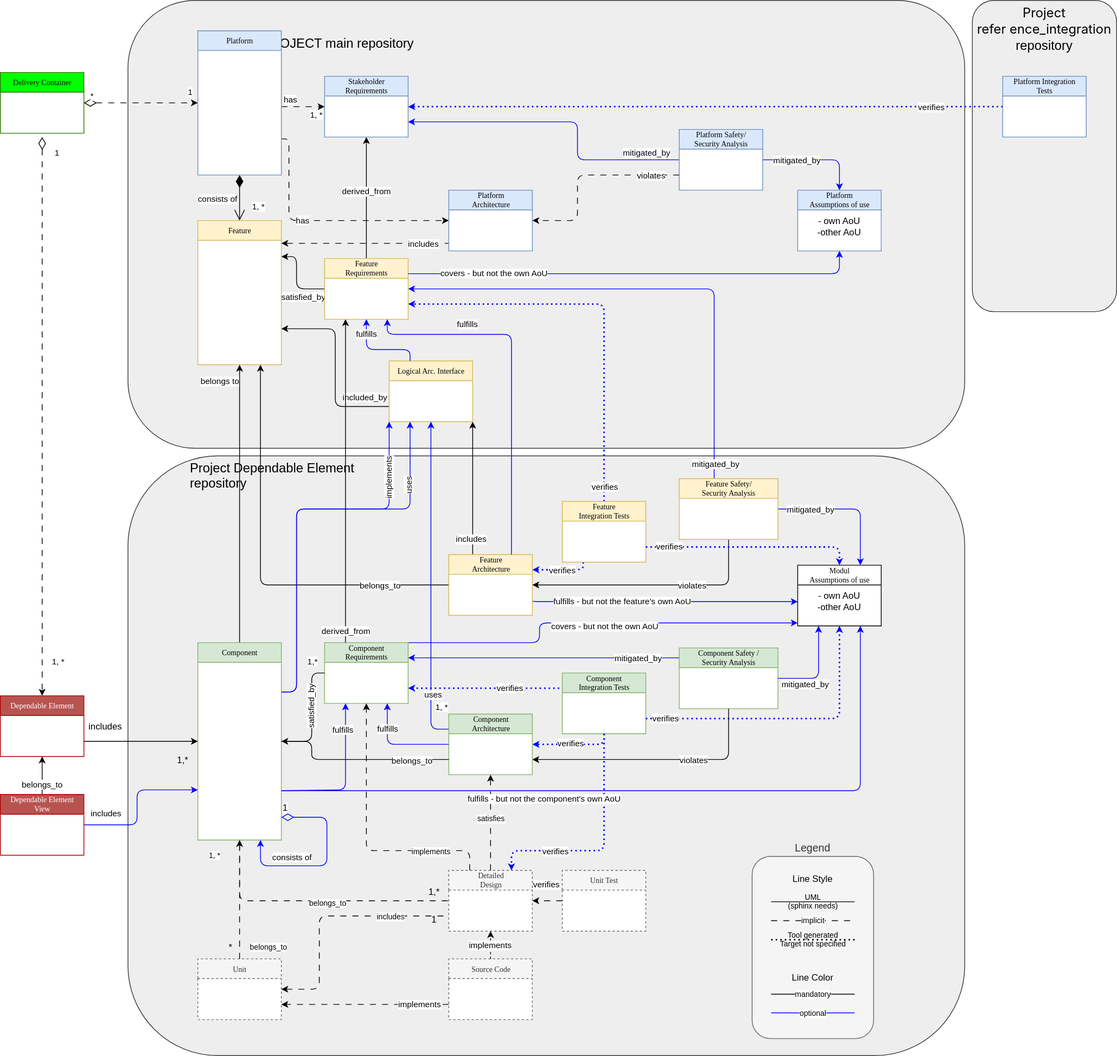
Above: process/general_concepts/_assets/score_building_blocks_meta_model_deployment_example.drawio.svg in eclipse-score/process_description (draw.io), before the change. Source tidied: cells renumbered, new cells last; positions are measured from the earlier drawing's top-left corner, leaving out a move shared by most shapes.
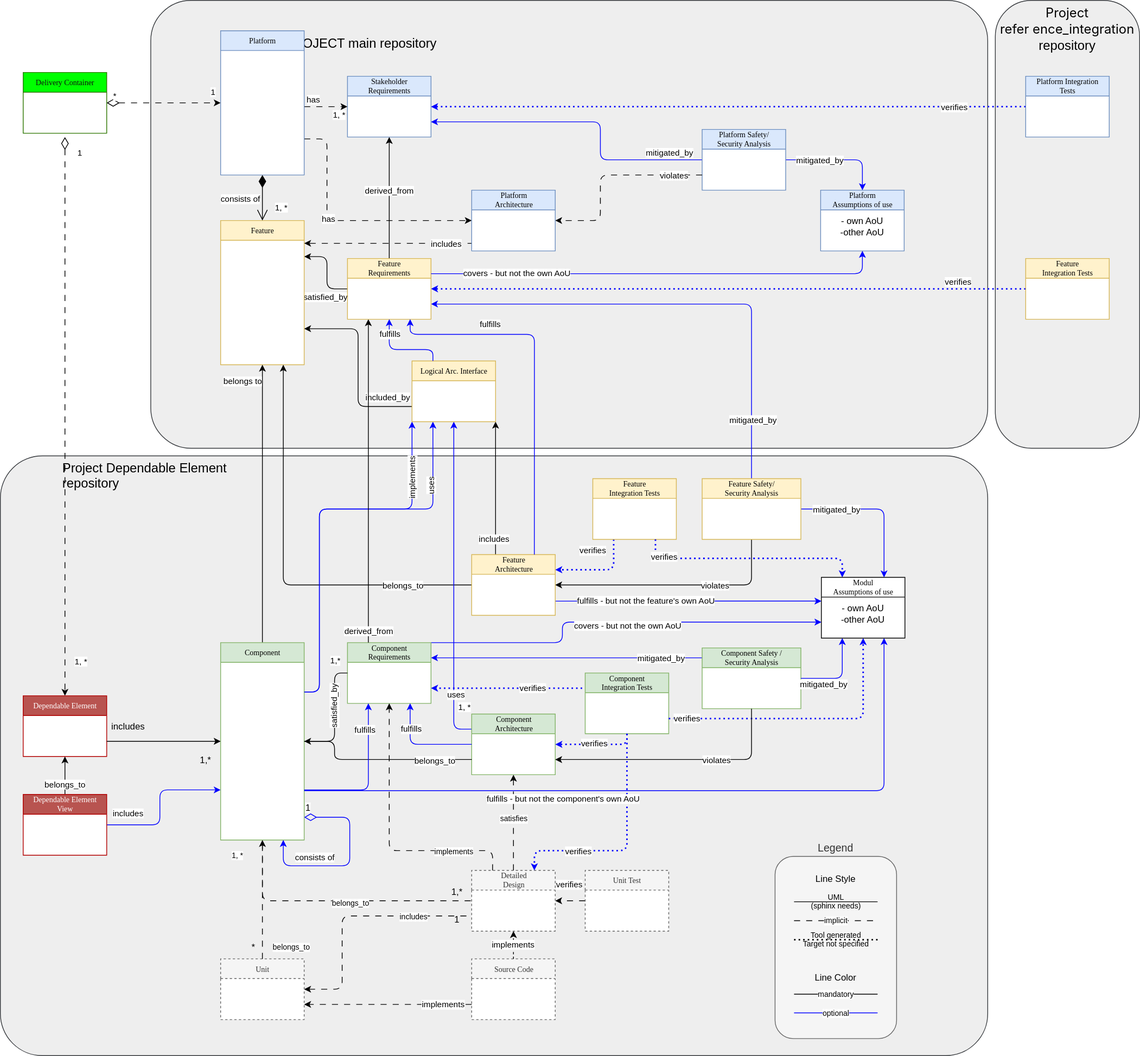
After the change.

Commit message:
split feature integration test place

What changed in the source:
```diff
@@ -2,13 +2,13 @@
   <root>
     <mxCell id="0" />
     <mxCell id="1" parent="0" />
-    <mxCell id="2" value="&lt;div style=&quot;&quot;&gt;&lt;h4 class=&quot;Title-module__heading__tHuYV ReposListItem-module__DefaultItemTitle__n3lDr&quot; style=&quot;background-color: transparent; text-decoration-thickness: auto; text-decoration-style: solid; box-sizing: border-box; margin-top: 0px; margin-bottom: 0px; font-weight: 400; max-width: 100%; text-overflow: ellipsis; flex-shrink: 1; justify-content: space-between; display: inline; overflow: hidden; padding-left: 0px; caret-color: rgb(240, 246, 252);&quot;&gt;&lt;font style=&quot;font-size: 17px;&quot;&gt;&lt;span style=&quot;box-sizing: border-box;&quot;&gt;&lt;span class=&quot;SearchMatchText-module__highlightedText__ATaD0&quot; style=&quot;font-family: -apple-system, BlinkMacSystemFont, &amp;quot;Segoe UI&amp;quot;, &amp;quot;Noto Sans&amp;quot;, Helvetica, Arial, sans-serif, &amp;quot;Apple Color Emoji&amp;quot;, &amp;quot;Segoe UI Emoji&amp;quot;; text-wrap-mode: nowrap; box-sizing: border-box; background-color: rgba(0, 0, 0, 0); caret-color: rgb(240, 246, 252);&quot;&gt;Project&lt;/span&gt;&lt;/span&gt;&lt;/font&gt;&lt;/h4&gt;&lt;/div&gt;&lt;div style=&quot;&quot;&gt;&lt;h4 class=&quot;Title-module__heading__tHuYV ReposListItem-module__DefaultItemTitle__n3lDr&quot; style=&quot;background-color: transparent; text-decoration-thickness: auto; text-decoration-style: solid; box-sizing: border-box; margin-top: 0px; margin-bottom: 0px; font-weight: 400; max-width: 100%; text-overflow: ellipsis; flex-shrink: 1; justify-content: space-between; display: inline; overflow: hidden; padding-left: 0px; caret-color: rgb(240, 246, 252);&quot;&gt;&lt;font style=&quot;font-size: 17px;&quot;&gt;&lt;span style=&quot;box-sizing: border-box;&quot;&gt;&lt;span class=&quot;SearchMatchText-module__highlightedText__ATaD0&quot; style=&quot;font-family: -apple-system, BlinkMacSystemFont, &amp;quot;Segoe UI&amp;quot;, &amp;quot;Noto Sans&amp;quot;, Helvetica, Arial, sans-serif, &amp;quot;Apple Color Emoji&amp;quot;, &amp;quot;Segoe UI Emoji&amp;quot;; text-wrap-mode: nowrap; box-sizing: border-box; background-color: rgba(0, 0, 0, 0); caret-color: rgb(240, 246, 252);&quot;&gt;&amp;nbsp;refer&lt;/span&gt;&lt;font face=&quot;-apple-system, BlinkMacSystemFont, Segoe UI, Noto Sans, Helvetica, Arial, sans-serif, Apple Color Emoji, Segoe UI Emoji&quot;&gt;&lt;span style=&quot;text-wrap-mode: nowrap; caret-color: rgb(240, 246, 252);&quot;&gt;ence_integration&lt;/span&gt;&lt;/font&gt;&lt;font face=&quot;-apple-system, system-ui, Segoe UI, Noto Sans, Helvetica, Arial, sans-serif, Apple Color Emoji, Segoe UI Emoji&quot;&gt;&lt;span style=&quot;text-wrap-mode: nowrap; caret-color: rgb(240, 246, 252);&quot;&gt;&lt;br&gt;&lt;/span&gt;&lt;/font&gt;&lt;/span&gt;&lt;/font&gt;&lt;/h4&gt;&lt;span style=&quot;background-color: transparent; font-size: 17px;&quot;&gt;repository&lt;/span&gt;&lt;/div&gt;" style="rounded=1;whiteSpace=wrap;html=1;fillColor=#eeeeee;strokeColor=#36393d;verticalAlign=top;align=center;fontColor=default;" parent="1" vertex="1">
-      <mxGeometry x="1280" width="190" height="410" as="geometry" />
+    <mxCell id="2" value="&lt;div style=&quot;&quot;&gt;&lt;h4 class=&quot;Title-module__heading__tHuYV ReposListItem-module__DefaultItemTitle__n3lDr&quot; style=&quot;background-color: transparent; text-decoration-thickness: auto; text-decoration-style: solid; box-sizing: border-box; margin-top: 0px; margin-bottom: 0px; font-weight: 400; max-width: 100%; text-overflow: ellipsis; flex-shrink: 1; justify-content: space-between; display: inline; overflow: hidden; padding-left: 0px; caret-color: rgb(240, 246, 252);&quot;&gt;&lt;font style=&quot;font-size: 17px;&quot;&gt;&lt;span style=&quot;box-sizing: border-box;&quot;&gt;&lt;span class=&quot;SearchMatchText-module__highlightedText__ATaD0&quot; style=&quot;font-family: -apple-system, BlinkMacSystemFont, &amp;quot;Segoe UI&amp;quot;, &amp;quot;Noto Sans&amp;quot;, Helvetica, Arial, sans-serif, &amp;quot;Apple Color Emoji&amp;quot;, &amp;quot;Segoe UI Emoji&amp;quot;; text-wrap-mode: nowrap; box-sizing: border-box; background-color: rgba(0, 0, 0, 0); caret-color: rgb(240, 246, 252);&quot;&gt;Project&lt;/span&gt;&lt;/span&gt;&lt;/font&gt;&lt;/h4&gt;&lt;/div&gt;&lt;div style=&quot;&quot;&gt;&lt;h4 class=&quot;Title-module__heading__tHuYV ReposListItem-module__DefaultItemTitle__n3lDr&quot; style=&quot;background-color: transparent; text-decoration-thickness: auto; text-decoration-style: solid; box-sizing: border-box; margin-top: 0px; margin-bottom: 0px; font-weight: 400; max-width: 100%; text-overflow: ellipsis; flex-shrink: 1; justify-content: space-between; display: inline; overflow: hidden; padding-left: 0px; caret-color: rgb(240, 246, 252);&quot;&gt;&lt;font style=&quot;font-size: 17px;&quot;&gt;&lt;span style=&quot;box-sizing: border-box;&quot;&gt;&lt;span class=&quot;SearchMatchText-module__highlightedText__ATaD0&quot; style=&quot;font-family: -apple-system, BlinkMacSystemFont, &amp;quot;Segoe UI&amp;quot;, &amp;quot;Noto Sans&amp;quot;, Helvetica, Arial, sans-serif, &amp;quot;Apple Color Emoji&amp;quot;, &amp;quot;Segoe UI Emoji&amp;quot;; text-wrap-mode: nowrap; box-sizing: border-box; background-color: rgba(0, 0, 0, 0); caret-color: rgb(240, 246, 252);&quot;&gt;&amp;nbsp;refer&lt;/span&gt;&lt;font face=&quot;-apple-system, BlinkMacSystemFont, Segoe UI, Noto Sans, Helvetica, Arial, sans-serif, Apple Color Emoji, Segoe UI Emoji&quot;&gt;&lt;span style=&quot;text-wrap-mode: nowrap; caret-color: rgb(240, 246, 252);&quot;&gt;ence_integration&lt;/span&gt;&lt;/font&gt;&lt;font face=&quot;-apple-system, system-ui, Segoe UI, Noto Sans, Helvetica, Arial, sans-serif, Apple Color Emoji, Segoe UI Emoji&quot;&gt;&lt;span style=&quot;text-wrap-mode: nowrap; caret-color: rgb(240, 246, 252);&quot;&gt;&lt;br&gt;&lt;/span&gt;&lt;/font&gt;&lt;/span&gt;&lt;/font&gt;&lt;/h4&gt;&lt;span style=&quot;background-color: transparent; font-size: 17px;&quot;&gt;repository&lt;/span&gt;&lt;/div&gt;" style="rounded=1;whiteSpace=wrap;html=1;fillColor=#eeeeee;strokeColor=#36393d;verticalAlign=top;align=center;fontColor=default;arcSize=25;" parent="1" vertex="1">
+      <mxGeometry x="1280" width="190" height="590" as="geometry" />
     </mxCell>
-    <mxCell id="3" value="Project Dependable Element &#10;repository" style="rounded=1;whiteSpace=wrap;fillColor=#eeeeee;strokeColor=#36393d;align=left;verticalAlign=top;fontSize=17;labelBackgroundColor=none;spacingLeft=80;" parent="1" vertex="1">
-      <mxGeometry x="168" y="600" width="1102" height="790" as="geometry" />
+    <mxCell id="3" value="Project Dependable Element &#10;repository" style="rounded=1;whiteSpace=wrap;fillColor=#eeeeee;strokeColor=#36393d;align=left;verticalAlign=top;fontSize=17;labelBackgroundColor=none;spacingLeft=80;arcSize=7;" parent="1" vertex="1">
+      <mxGeometry x="-30" y="600" width="1300" height="790" as="geometry" />
     </mxCell>
-    <mxCell id="4" value="&lt;span style=&quot;white-space: pre;&quot;&gt;&#9;&lt;/span&gt;&lt;span style=&quot;white-space: pre;&quot;&gt;&#9;&lt;/span&gt;PROJECT main repository" style="rounded=1;whiteSpace=wrap;html=1;fillColor=#eeeeee;strokeColor=#36393d;align=left;verticalAlign=top;fontSize=17;" parent="1" vertex="1">
+    <mxCell id="4" value="&lt;span style=&quot;white-space: pre;&quot;&gt;&#9;&lt;/span&gt;&lt;span style=&quot;white-space: pre;&quot;&gt;&#9;&lt;/span&gt;PROJECT main repository" style="rounded=1;whiteSpace=wrap;html=1;fillColor=#eeeeee;strokeColor=#36393d;align=left;verticalAlign=top;fontSize=17;arcSize=9;" parent="1" vertex="1">
       <mxGeometry x="168" width="1102" height="590" as="geometry" />
     </mxCell>
     <mxCell id="5" style="edgeStyle=orthogonalEdgeStyle;rounded=0;jettySize=auto;html=1;dashed=1;entryX=1;entryY=0.5;entryDx=0;entryDy=0;verticalAlign=middle;dashPattern=8 8;" parent="1" edge="1" source="90" target="48">
@@ -17,8 +17,8 @@
     <mxCell id="6" style="edgeStyle=orthogonalEdgeStyle;rounded=1;jettySize=auto;html=1;entryX=0;entryY=0.5;entryDx=0;entryDy=0;endArrow=none;endFill=0;curved=0;exitX=1;exitY=0.25;exitDx=0;exitDy=0;startArrow=classic;startFill=1;" parent="1" edge="1" source="8" target="137">
       <mxGeometry x="-0.82" y="8" relative="1" as="geometry">
         <Array as="points">
-          <mxPoint x="390" y="338" />
-          <mxPoint x="390" y="380" />
+          <mxPoint x="400" y="338" />
+          <mxPoint x="400" y="380" />
         </Array>
         <mxPoint y="1" as="offset" />
       </mxGeometry>
@@ -73,12 +73,11 @@
     <mxCell id="16" value="belongs_to" style="edgeLabel;html=1;align=center;verticalAlign=middle;" parent="15" vertex="1">
       <mxGeometry x="-0.66" relative="1" as="geometry" />
     </mxCell>
-    <mxCell id="17" style="edgeStyle=orthogonalEdgeStyle;rounded=1;jettySize=auto;html=1;exitX=1;exitY=0;exitDx=0;exitDy=0;strokeColor=#0000FF;curved=0;" parent="1" edge="1" source="19">
+    <mxCell id="17" style="edgeStyle=orthogonalEdgeStyle;rounded=1;jettySize=auto;html=1;exitX=1;exitY=0;exitDx=0;exitDy=0;strokeColor=#0000FF;curved=0;entryX=0;entryY=0.75;entryDx=0;entryDy=0;" parent="1" edge="1" source="19" target="134">
       <mxGeometry relative="1" as="geometry">
-        <mxPoint x="1050" y="820" as="targetPoint" />
         <Array as="points">
           <mxPoint x="710" y="846" />
-          <mxPoint x="710" y="820" />
+          <mxPoint x="710" y="819" />
         </Array>
       </mxGeometry>
     </mxCell>
@@ -173,8 +172,8 @@
     <mxCell id="38" style="edgeStyle=orthogonalEdgeStyle;rounded=1;jettySize=auto;html=1;exitX=1;exitY=0.75;exitDx=0;exitDy=0;entryX=0;entryY=0.5;entryDx=0;entryDy=0;strokeColor=default;curved=0;dashed=1;dashPattern=8 8;align=center;verticalAlign=middle;fontFamily=Helvetica;fontSize=11;fontColor=default;labelBackgroundColor=default;endArrow=classic;" parent="1" edge="1" source="40" target="131">
       <mxGeometry relative="1" as="geometry">
         <Array as="points">
-          <mxPoint x="380" y="183" />
-          <mxPoint x="380" y="290" />
+          <mxPoint x="400" y="183" />
+          <mxPoint x="400" y="290" />
         </Array>
       </mxGeometry>
     </mxCell>
@@ -311,11 +310,10 @@
     <mxCell id="66" value="mitigated_by" style="edgeLabel;html=1;align=center;verticalAlign=middle;" parent="65" vertex="1">
       <mxGeometry x="0.54" relative="1" as="geometry" />
     </mxCell>
-    <mxCell id="67" style="edgeStyle=orthogonalEdgeStyle;rounded=1;jettySize=auto;html=1;endArrow=classic;endFill=1;startArrow=none;startFill=0;curved=0;strokeColor=#0000FF;exitX=0;exitY=0.25;exitDx=0;exitDy=0;entryX=1;entryY=0.5;entryDx=0;entryDy=0;" parent="1" edge="1" source="138" target="137">
+    <mxCell id="67" style="edgeStyle=orthogonalEdgeStyle;rounded=1;jettySize=auto;html=1;endArrow=classic;endFill=1;startArrow=none;startFill=0;curved=0;strokeColor=#0000FF;exitX=0.5;exitY=0;exitDx=0;exitDy=0;entryX=1;entryY=0.75;entryDx=0;entryDy=0;" parent="1" edge="1" source="138" target="137">
       <mxGeometry relative="1" as="geometry">
         <Array as="points">
-          <mxPoint x="940" y="650" />
-          <mxPoint x="940" y="380" />
+          <mxPoint x="959" y="400" />
         </Array>
       </mxGeometry>
     </mxCell>
@@ -344,22 +342,18 @@
     <mxCell id="73" value="Platform Integration&amp;nbsp;&lt;br&gt;Tests" style="swimlane;html=1;fontStyle=0;horizontal=1;startSize=26;fillColor=#dae8fc;swimlaneFillColor=#ffffff;rounded=0;shadow=0;comic=0;labelBackgroundColor=none;strokeWidth=1;fontFamily=Verdana;fontSize=10;align=center;strokeColor=#6c8ebf;" parent="1" vertex="1">
       <mxGeometry x="1320" y="100" width="110" height="80" as="geometry" />
     </mxCell>
-    <mxCell id="74" style="edgeStyle=orthogonalEdgeStyle;rounded=1;jettySize=auto;html=1;entryX=1;entryY=0.75;entryDx=0;entryDy=0;dashed=1;strokeColor=#0000FF;dashPattern=1 2;strokeWidth=2;endSize=3;exitX=0.5;exitY=0;exitDx=0;exitDy=0;curved=0;" parent="1" edge="1" source="78" target="137">
-      <mxGeometry relative="1" as="geometry">
-        <Array as="points">
-          <mxPoint x="795" y="400" />
-        </Array>
-      </mxGeometry>
+    <mxCell id="74" style="rounded=1;jettySize=auto;html=1;entryX=1;entryY=0.5;entryDx=0;entryDy=0;dashed=1;strokeColor=#0000FF;dashPattern=1 2;strokeWidth=2;endSize=3;exitX=0;exitY=0.5;exitDx=0;exitDy=0;" parent="1" edge="1" source="151" target="137">
+      <mxGeometry relative="1" as="geometry" />
     </mxCell>
     <mxCell id="75" value="verifies" style="edgeLabel;html=1;align=center;verticalAlign=middle;" parent="74" vertex="1">
       <mxGeometry x="-0.87" y="-1" relative="1" as="geometry">
-        <mxPoint x="-1" y="13" as="offset" />
+        <mxPoint x="-40" y="-9" as="offset" />
       </mxGeometry>
     </mxCell>
     <mxCell id="76" style="edgeStyle=orthogonalEdgeStyle;rounded=1;jettySize=auto;html=1;entryX=1;entryY=0.25;entryDx=0;entryDy=0;dashed=1;curved=0;strokeColor=#0000FF;dashPattern=1 2;strokeWidth=2;endSize=3;exitX=0.25;exitY=1;exitDx=0;exitDy=0;" parent="1" edge="1" source="78" target="132">
       <mxGeometry relative="1" as="geometry">
         <Array as="points">
-          <mxPoint x="768" y="750" />
+          <mxPoint x="778" y="750" />
         </Array>
       </mxGeometry>
     </mxCell>
@@ -369,7 +363,7 @@
       </mxGeometry>
     </mxCell>
     <mxCell id="78" value="Feature &lt;br&gt;Integration Tests" style="swimlane;html=1;fontStyle=0;horizontal=1;startSize=26;fillColor=#fff2cc;swimlaneFillColor=#ffffff;rounded=0;shadow=0;comic=0;labelBackgroundColor=none;strokeWidth=1;fontFamily=Verdana;fontSize=10;align=center;strokeColor=#d6b656;" parent="1" vertex="1">
-      <mxGeometry x="740" y="660" width="110" height="80" as="geometry" />
+      <mxGeometry x="750" y="630" width="110" height="80" as="geometry" />
     </mxCell>
     <mxCell id="79" style="edgeStyle=orthogonalEdgeStyle;rounded=1;jettySize=auto;html=1;dashed=1;exitX=0;exitY=0.25;exitDx=0;exitDy=0;curved=0;strokeColor=#0000FF;dashPattern=1 2;strokeWidth=2;endSize=3;entryX=1;entryY=0.75;entryDx=0;entryDy=0;" parent="1" edge="1" source="83" target="19">
       <mxGeometry relative="1" as="geometry">
@@ -578,10 +572,10 @@
         <mxPoint x="13" y="-8" as="offset" />
       </mxGeometry>
     </mxCell>
-    <mxCell id="121" style="edgeStyle=orthogonalEdgeStyle;rounded=1;jettySize=auto;html=1;exitX=0;exitY=0.5;exitDx=0;exitDy=0;strokeColor=#0000ff;startArrow=classic;startFill=1;endArrow=none;endFill=0;entryX=1;entryY=0.75;entryDx=0;entryDy=0;" parent="1" edge="1" source="134" target="132">
+    <mxCell id="121" style="edgeStyle=orthogonalEdgeStyle;rounded=1;jettySize=auto;html=1;exitX=0;exitY=0.12;exitDx=0;exitDy=0;strokeColor=#0000ff;startArrow=classic;startFill=1;endArrow=none;endFill=0;entryX=1;entryY=0.75;entryDx=0;entryDy=0;exitPerimeter=0;" parent="1" edge="1" source="134" target="132">
       <mxGeometry relative="1" as="geometry">
         <Array as="points">
-          <mxPoint x="701" y="792" />
+          <mxPoint x="701" y="791" />
         </Array>
       </mxGeometry>
     </mxCell>
@@ -600,12 +594,8 @@
         <mxPoint x="29" y="12" as="offset" />
       </mxGeometry>
     </mxCell>
-    <mxCell id="125" style="edgeStyle=orthogonalEdgeStyle;rounded=1;jettySize=auto;html=1;entryX=0.5;entryY=0;entryDx=0;entryDy=0;dashed=1;curved=0;strokeColor=#0000FF;dashPattern=1 2;strokeWidth=2;endSize=3;exitX=1;exitY=0.75;exitDx=0;exitDy=0;" parent="1" edge="1" source="78" target="133">
-      <mxGeometry relative="1" as="geometry">
-        <Array as="points">
-          <mxPoint x="1105" y="720" />
-        </Array>
-      </mxGeometry>
+    <mxCell id="125" style="rounded=1;jettySize=auto;html=1;entryX=0.25;entryY=0;entryDx=0;entryDy=0;dashed=1;strokeColor=#0000FF;dashPattern=1 2;strokeWidth=2;endSize=3;exitX=0.75;exitY=1;exitDx=0;exitDy=0;edgeStyle=orthogonalEdgeStyle;" parent="1" edge="1" source="78" target="133">
+      <mxGeometry relative="1" as="geometry" />
     </mxCell>
     <mxCell id="126" value="verifies" style="edgeLabel;html=1;align=center;verticalAlign=middle;" parent="125" vertex="1">
       <mxGeometry x="-0.86" y="1" relative="1" as="geometry">
@@ -615,7 +605,7 @@
     <mxCell id="127" style="edgeStyle=orthogonalEdgeStyle;rounded=1;jettySize=auto;html=1;entryX=0.5;entryY=1;entryDx=0;entryDy=0;dashed=1;curved=0;strokeColor=#0000FF;dashPattern=1 2;strokeWidth=2;endSize=3;exitX=1;exitY=0.75;exitDx=0;exitDy=0;" parent="1" edge="1" source="83" target="133">
       <mxGeometry relative="1" as="geometry">
         <Array as="points">
-          <mxPoint x="1105" y="946" />
+          <mxPoint x="1106" y="946" />
         </Array>
       </mxGeometry>
     </mxCell>
@@ -642,7 +632,7 @@
       <mxGeometry x="590.5" y="730" width="110" height="80" as="geometry" />
     </mxCell>
     <mxCell id="133" value="Modul&lt;br&gt;Assumptions of use" style="swimlane;html=1;fontStyle=0;horizontal=1;startSize=26;swimlaneFillColor=#ffffff;rounded=0;shadow=0;comic=0;labelBackgroundColor=none;strokeWidth=1;fontFamily=Verdana;fontSize=10;align=center;" parent="1" vertex="1">
-      <mxGeometry x="1050" y="744" width="110" height="80" as="geometry" />
+      <mxGeometry x="1051" y="760" width="110" height="80" as="geometry" />
     </mxCell>
     <mxCell id="134" value="- own AoU&lt;br&gt;-other AoU" style="text;html=1;strokeColor=none;fillColor=none;align=center;verticalAlign=middle;whiteSpace=wrap;rounded=0;" parent="133" vertex="1">
       <mxGeometry y="26" width="110" height="44" as="geometry" />
@@ -735,5 +725,8 @@
         <mxPoint x="-59" y="-107" as="offset" />
       </mxGeometry>
     </mxCell>
+    <mxCell id="151" value="Feature &lt;br&gt;Integration Tests" style="swimlane;html=1;fontStyle=0;horizontal=1;startSize=26;fillColor=#fff2cc;swimlaneFillColor=#ffffff;rounded=0;shadow=0;comic=0;labelBackgroundColor=none;strokeWidth=1;fontFamily=Verdana;fontSize=10;align=center;strokeColor=#d6b656;" parent="1" vertex="1">
+      <mxGeometry x="1320" y="340" width="110" height="80" as="geometry" />
+    </mxCell>
   </root>
 </mxGraphModel>
```
